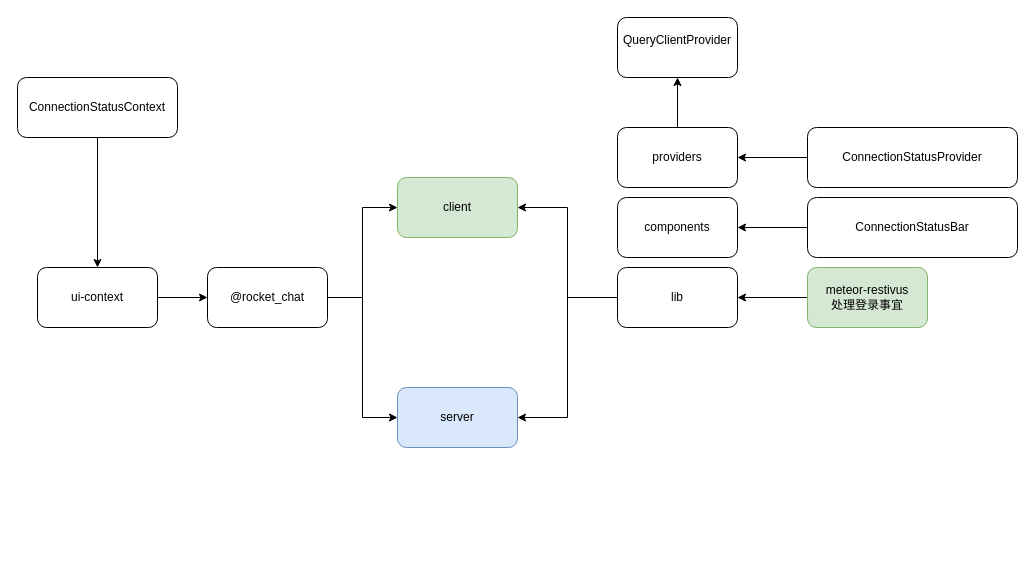
lexyos/Rocket.Chat keeps this draw.io diagram as page "6.0.8" (1 of 7) of apps/meteor/im.drawio. Above is the earlier version. Source tidied: cells renumbered, new cells numbered last; positions are measured from the earlier drawing's top-left corner, leaving out a move shared by most shapes. Both pictures are drawn from the tidied source at 100%, with x=0, y=0 at pixel (17, 17).
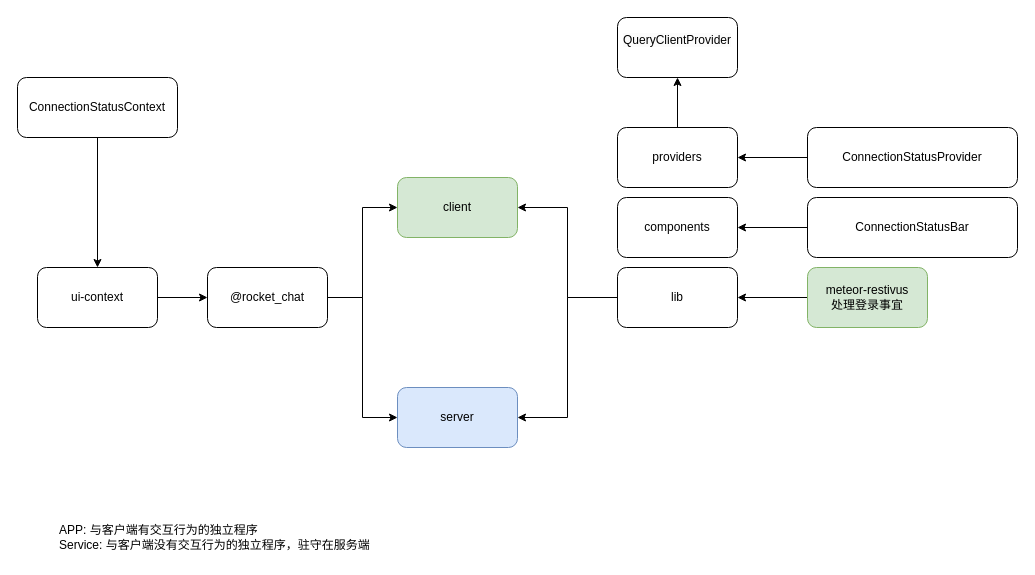
The same diagram, later.

What changed in the source:
```diff
@@
+    <mxCell id="24" value="APP: 与客户端有交互行为的独立程序&lt;br&gt;Service: 与客户端没有交互行为的独立程序，驻守在服务端" style="text;html=1;align=left;verticalAlign=middle;strokeColor=none;fillColor=none;" parent="1" vertex="1">
+      <mxGeometry x="40" y="500" width="330" height="40" as="geometry" />
+    </mxCell>
```
